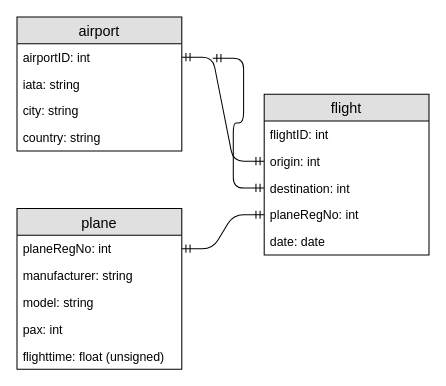
The draw.io diagram AirlineHenkasFlights.drawio in aphatcodefactory/FSWD70-SQL-DAY02-Acilio-Andreas-Mathias, before the edit. Source tidied: cells renumbered, new cells numbered last; positions are measured from the earlier drawing's top-left corner, leaving out a move shared by most shapes. Both pictures are drawn from the tidied source at 103%, with x=0, y=0 at pixel (16, 16).
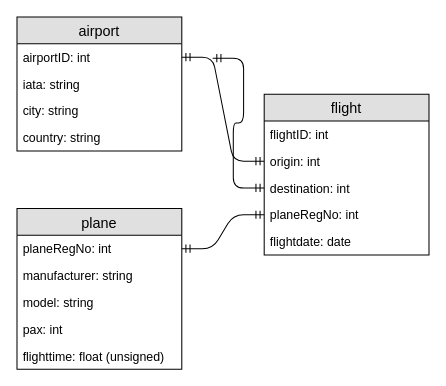
The same diagram, later.

Unchanged cells that the change refers to:
```xml
<mxCell id="2" value="flight" style="swimlane;fontStyle=0;horizontal=1;startSize=26;fillColor=#e0e0e0;swimlaneFillColor=#ffffff;align=center;fontSize=14;" parent="1" vertex="1">
  <mxGeometry x="240" y="75" width="160" height="156" as="geometry" />
</mxCell>
```

Diff of the diagram source:
```diff
@@
-    <mxCell id="7" value="date: date" style="text;strokeColor=none;fillColor=none;spacingLeft=4;spacingRight=4;overflow=hidden;fontSize=12;" parent="2" vertex="1">
+    <mxCell id="7" value="flightdate: date" style="text;strokeColor=none;fillColor=none;spacingLeft=4;spacingRight=4;overflow=hidden;fontSize=12;" parent="2" vertex="1">
       <mxGeometry y="130" width="160" height="26" as="geometry" />
     </mxCell>
```
